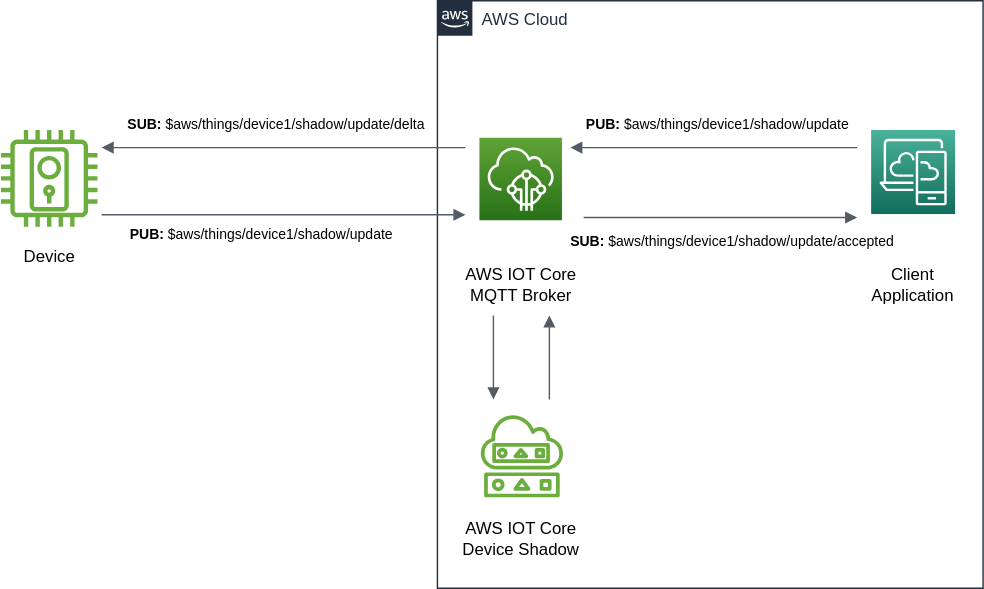
Above: src/hugo/content/en-us/implementations/aws/command/command2/architecture1.svg in aws/iot-atlas (draw.io), before the change. Source tidied: cells renumbered, new cells last; positions are measured from the earlier drawing's top-left corner, leaving out a move shared by most shapes. The source it was exported from:
```xml
<mxGraphModel>
  <root>
    <mxCell id="0" />
    <mxCell id="1" parent="0" />
    <mxCell id="2" value="AWS Cloud" style="gradientColor=none;html=1;whiteSpace=wrap;fontSize=12;fontStyle=0;shape=mxgraph.aws4.group;grIcon=mxgraph.aws4.group_aws_cloud_alt;strokeColor=#232F3E;fillColor=none;verticalAlign=top;align=left;spacingLeft=30;fontColor=#232F3E;dashed=0;" parent="1" vertex="1">
      <mxGeometry x="312" width="390" height="420" as="geometry" />
    </mxCell>
    <mxCell id="3" style="sketch=0;fontColor=#232F3E;gradientColor=none;fillColor=#6CAE3E;strokeColor=none;dashed=0;verticalLabelPosition=bottom;verticalAlign=top;align=center;html=1;fontSize=12;fontStyle=0;shape=mxgraph.aws4.door_lock;" parent="1" vertex="1">
      <mxGeometry y="92.5" width="69" height="69" as="geometry" />
    </mxCell>
    <mxCell id="4" style="sketch=0;fontColor=#232F3E;gradientColor=#60A337;gradientDirection=north;fillColor=#277116;strokeColor=#ffffff;dashed=0;verticalLabelPosition=bottom;verticalAlign=top;align=center;html=1;fontSize=12;fontStyle=0;shape=mxgraph.aws4.resourceIcon;resIcon=mxgraph.aws4.iot_core;" parent="1" vertex="1">
      <mxGeometry x="342" y="98" width="59" height="59" as="geometry" />
    </mxCell>
    <mxCell id="5" style="sketch=0;fontColor=#232F3E;gradientColor=none;fillColor=#6CAE3E;strokeColor=none;dashed=0;verticalLabelPosition=bottom;verticalAlign=top;align=center;html=1;fontSize=12;fontStyle=0;shape=mxgraph.aws4.shadow;" parent="1" vertex="1">
      <mxGeometry x="342" y="295" width="60.8" height="60" as="geometry" />
    </mxCell>
    <mxCell id="6" style="sketch=0;fontColor=#232F3E;gradientColor=#4AB29A;gradientDirection=north;fillColor=#116D5B;strokeColor=#ffffff;dashed=0;verticalLabelPosition=bottom;verticalAlign=top;align=center;html=1;fontSize=12;fontStyle=0;shape=mxgraph.aws4.resourceIcon;resIcon=mxgraph.aws4.desktop_and_app_streaming;" parent="1" vertex="1">
      <mxGeometry x="622" y="92.5" width="60" height="60" as="geometry" />
    </mxCell>
    <mxCell id="7" style="edgeStyle=orthogonalEdgeStyle;html=1;endArrow=none;elbow=vertical;startArrow=block;startFill=1;strokeColor=#545B64;rounded=0;" parent="1" edge="1">
      <mxGeometry relative="1" as="geometry">
        <mxPoint x="407" y="105" as="sourcePoint" />
        <mxPoint x="612" y="105" as="targetPoint" />
      </mxGeometry>
    </mxCell>
    <mxCell id="8" style="edgeStyle=orthogonalEdgeStyle;html=1;endArrow=none;elbow=vertical;startArrow=block;startFill=1;strokeColor=#545B64;rounded=0;" parent="1" edge="1">
      <mxGeometry relative="1" as="geometry">
        <mxPoint x="352" y="285" as="sourcePoint" />
        <mxPoint x="352" y="225" as="targetPoint" />
        <Array as="points">
          <mxPoint x="352" y="245" />
          <mxPoint x="352" y="245" />
        </Array>
      </mxGeometry>
    </mxCell>
    <mxCell id="9" style="edgeStyle=orthogonalEdgeStyle;html=1;endArrow=none;elbow=vertical;startArrow=block;startFill=1;strokeColor=#545B64;rounded=0;" parent="1" edge="1">
      <mxGeometry relative="1" as="geometry">
        <mxPoint x="72" y="105" as="sourcePoint" />
        <mxPoint x="332" y="105" as="targetPoint" />
      </mxGeometry>
    </mxCell>
    <mxCell id="10" style="edgeStyle=orthogonalEdgeStyle;html=1;endArrow=block;elbow=vertical;startArrow=none;endFill=1;strokeColor=#545B64;rounded=0;" parent="1" edge="1">
      <mxGeometry relative="1" as="geometry">
        <mxPoint x="72" y="153" as="sourcePoint" />
        <mxPoint x="332" y="153" as="targetPoint" />
        <Array as="points">
          <mxPoint x="172" y="153" />
          <mxPoint x="172" y="153" />
        </Array>
      </mxGeometry>
    </mxCell>
    <mxCell id="11" style="edgeStyle=orthogonalEdgeStyle;html=1;endArrow=block;elbow=vertical;startArrow=none;endFill=1;strokeColor=#545B64;rounded=0;" parent="1" edge="1">
      <mxGeometry relative="1" as="geometry">
        <mxPoint x="392" y="285" as="sourcePoint" />
        <mxPoint x="392" y="225" as="targetPoint" />
      </mxGeometry>
    </mxCell>
    <mxCell id="12" style="edgeStyle=orthogonalEdgeStyle;html=1;endArrow=block;elbow=vertical;startArrow=none;endFill=1;strokeColor=#545B64;rounded=0;" parent="1" edge="1">
      <mxGeometry relative="1" as="geometry">
        <mxPoint x="416.5" y="155" as="sourcePoint" />
        <mxPoint x="612" y="155" as="targetPoint" />
      </mxGeometry>
    </mxCell>
    <mxCell id="13" value="&lt;b style=&quot;font-size: 10px;&quot;&gt;PUB:&lt;/b&gt; $aws/things/device1/shadow/update" style="text;html=1;strokeColor=none;fillColor=none;align=center;verticalAlign=middle;whiteSpace=wrap;rounded=0;fontSize=10;" parent="1" vertex="1">
      <mxGeometry x="416.5" y="78" width="191" height="20" as="geometry" />
    </mxCell>
    <mxCell id="14" value="&lt;b style=&quot;font-size: 10px;&quot;&gt;SUB:&lt;/b&gt;&amp;nbsp;$aws/things/device1/shadow/update/delta" style="text;html=1;strokeColor=none;fillColor=none;align=center;verticalAlign=middle;whiteSpace=wrap;rounded=0;fontSize=10;" parent="1" vertex="1">
      <mxGeometry x="112" y="78" width="170" height="20" as="geometry" />
    </mxCell>
    <mxCell id="15" value="AWS IOT Core MQTT Broker&lt;br&gt;" style="text;html=1;strokeColor=none;fillColor=none;align=center;verticalAlign=middle;whiteSpace=wrap;rounded=0;" parent="1" vertex="1">
      <mxGeometry x="326.5" y="192.5" width="90" height="20" as="geometry" />
    </mxCell>
    <mxCell id="16" value="AWS IOT Core Device Shadow" style="text;html=1;strokeColor=none;fillColor=none;align=center;verticalAlign=middle;whiteSpace=wrap;rounded=0;fontSize=12;" parent="1" vertex="1">
      <mxGeometry x="326.5" y="375" width="90" height="20" as="geometry" />
    </mxCell>
    <mxCell id="17" value="Client Application" style="text;html=1;strokeColor=none;fillColor=none;align=center;verticalAlign=middle;whiteSpace=wrap;rounded=0;fontSize=12;" parent="1" vertex="1">
      <mxGeometry x="622" y="192.5" width="60" height="20" as="geometry" />
    </mxCell>
    <mxCell id="18" value="Device" style="text;html=1;strokeColor=none;fillColor=none;align=center;verticalAlign=middle;whiteSpace=wrap;rounded=0;fontSize=12;" parent="1" vertex="1">
      <mxGeometry x="14.5" y="172.5" width="40" height="20" as="geometry" />
    </mxCell>
    <mxCell id="19" value="&lt;b style=&quot;font-size: 10px;&quot;&gt;PUB:&lt;/b&gt; $aws/things/device1/shadow/update" style="text;html=1;strokeColor=none;fillColor=none;align=center;verticalAlign=middle;whiteSpace=wrap;rounded=0;fontSize=10;" parent="1" vertex="1">
      <mxGeometry x="91" y="157" width="191" height="20" as="geometry" />
    </mxCell>
    <mxCell id="20" value="&lt;b style=&quot;font-size: 10px;&quot;&gt;SUB:&lt;/b&gt;&amp;nbsp;$aws/things/device1/shadow/update/accepted" style="text;html=1;strokeColor=none;fillColor=none;align=center;verticalAlign=middle;whiteSpace=wrap;rounded=0;fontSize=10;" parent="1" vertex="1">
      <mxGeometry x="437.5" y="161.5" width="170" height="20" as="geometry" />
    </mxCell>
  </root>
</mxGraphModel>
```
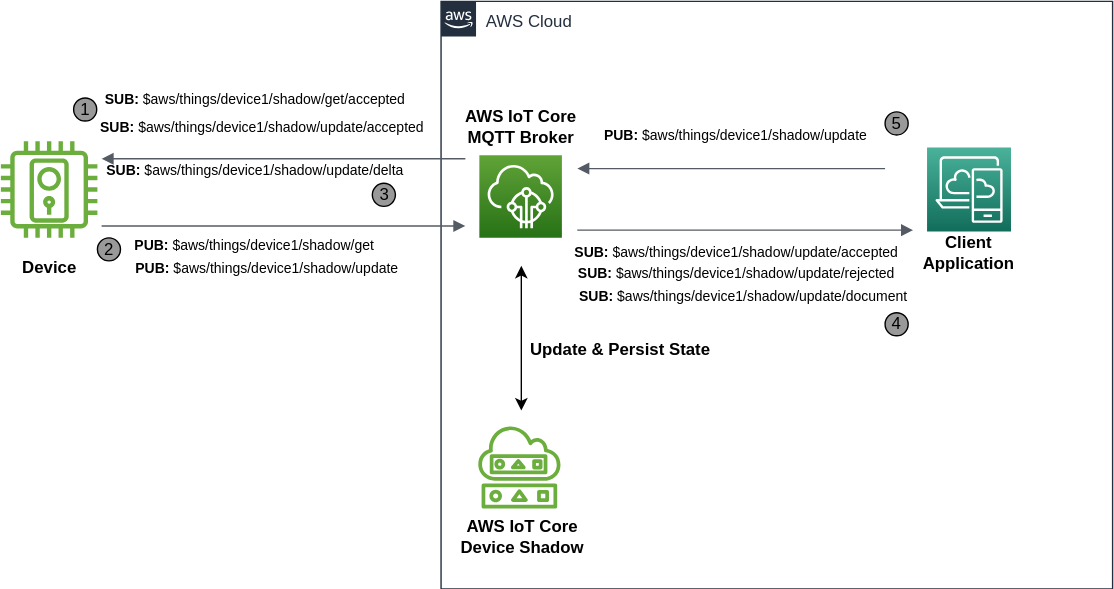
Later version of the same file.

Diff of the diagram source:
```diff
@@ -3,36 +3,26 @@
     <mxCell id="0" />
     <mxCell id="1" parent="0" />
     <mxCell id="2" value="AWS Cloud" style="gradientColor=none;html=1;whiteSpace=wrap;fontSize=12;fontStyle=0;shape=mxgraph.aws4.group;grIcon=mxgraph.aws4.group_aws_cloud_alt;strokeColor=#232F3E;fillColor=none;verticalAlign=top;align=left;spacingLeft=30;fontColor=#232F3E;dashed=0;" parent="1" vertex="1">
-      <mxGeometry x="312" width="390" height="420" as="geometry" />
+      <mxGeometry x="314.6" y="-7.5" width="480" height="420" as="geometry" />
     </mxCell>
     <mxCell id="3" style="sketch=0;fontColor=#232F3E;gradientColor=none;fillColor=#6CAE3E;strokeColor=none;dashed=0;verticalLabelPosition=bottom;verticalAlign=top;align=center;html=1;fontSize=12;fontStyle=0;shape=mxgraph.aws4.door_lock;" parent="1" vertex="1">
       <mxGeometry y="92.5" width="69" height="69" as="geometry" />
     </mxCell>
     <mxCell id="4" style="sketch=0;fontColor=#232F3E;gradientColor=#60A337;gradientDirection=north;fillColor=#277116;strokeColor=#ffffff;dashed=0;verticalLabelPosition=bottom;verticalAlign=top;align=center;html=1;fontSize=12;fontStyle=0;shape=mxgraph.aws4.resourceIcon;resIcon=mxgraph.aws4.iot_core;" parent="1" vertex="1">
-      <mxGeometry x="342" y="98" width="59" height="59" as="geometry" />
+      <mxGeometry x="342" y="102.5" width="59" height="59" as="geometry" />
     </mxCell>
     <mxCell id="5" style="sketch=0;fontColor=#232F3E;gradientColor=none;fillColor=#6CAE3E;strokeColor=none;dashed=0;verticalLabelPosition=bottom;verticalAlign=top;align=center;html=1;fontSize=12;fontStyle=0;shape=mxgraph.aws4.shadow;" parent="1" vertex="1">
-      <mxGeometry x="342" y="295" width="60.8" height="60" as="geometry" />
+      <mxGeometry x="340.2" y="295" width="60.8" height="60" as="geometry" />
     </mxCell>
     <mxCell id="6" style="sketch=0;fontColor=#232F3E;gradientColor=#4AB29A;gradientDirection=north;fillColor=#116D5B;strokeColor=#ffffff;dashed=0;verticalLabelPosition=bottom;verticalAlign=top;align=center;html=1;fontSize=12;fontStyle=0;shape=mxgraph.aws4.resourceIcon;resIcon=mxgraph.aws4.desktop_and_app_streaming;" parent="1" vertex="1">
-      <mxGeometry x="622" y="92.5" width="60" height="60" as="geometry" />
+      <mxGeometry x="662" y="97" width="60" height="60" as="geometry" />
     </mxCell>
     <mxCell id="7" style="edgeStyle=orthogonalEdgeStyle;html=1;endArrow=none;elbow=vertical;startArrow=block;startFill=1;strokeColor=#545B64;rounded=0;" parent="1" edge="1">
       <mxGeometry relative="1" as="geometry">
-        <mxPoint x="407" y="105" as="sourcePoint" />
-        <mxPoint x="612" y="105" as="targetPoint" />
+        <mxPoint x="412" y="112" as="sourcePoint" />
+        <mxPoint x="632" y="112" as="targetPoint" />
       </mxGeometry>
     </mxCell>
-    <mxCell id="8" style="edgeStyle=orthogonalEdgeStyle;html=1;endArrow=none;elbow=vertical;startArrow=block;startFill=1;strokeColor=#545B64;rounded=0;" parent="1" edge="1">
-      <mxGeometry relative="1" as="geometry">
-        <mxPoint x="352" y="285" as="sourcePoint" />
-        <mxPoint x="352" y="225" as="targetPoint" />
-        <Array as="points">
-          <mxPoint x="352" y="245" />
-          <mxPoint x="352" y="245" />
-        </Array>
-      </mxGeometry>
-    </mxCell>
     <mxCell id="9" style="edgeStyle=orthogonalEdgeStyle;html=1;endArrow=none;elbow=vertical;startArrow=block;startFill=1;strokeColor=#545B64;rounded=0;" parent="1" edge="1">
       <mxGeometry relative="1" as="geometry">
         <mxPoint x="72" y="105" as="sourcePoint" />
@@ -49,41 +39,74 @@
         </Array>
       </mxGeometry>
     </mxCell>
-    <mxCell id="11" style="edgeStyle=orthogonalEdgeStyle;html=1;endArrow=block;elbow=vertical;startArrow=none;endFill=1;strokeColor=#545B64;rounded=0;" parent="1" edge="1">
-      <mxGeometry relative="1" as="geometry">
-        <mxPoint x="392" y="285" as="sourcePoint" />
-        <mxPoint x="392" y="225" as="targetPoint" />
-      </mxGeometry>
-    </mxCell>
     <mxCell id="12" style="edgeStyle=orthogonalEdgeStyle;html=1;endArrow=block;elbow=vertical;startArrow=none;endFill=1;strokeColor=#545B64;rounded=0;" parent="1" edge="1">
       <mxGeometry relative="1" as="geometry">
-        <mxPoint x="416.5" y="155" as="sourcePoint" />
-        <mxPoint x="612" y="155" as="targetPoint" />
+        <mxPoint x="412" y="156" as="sourcePoint" />
+        <mxPoint x="652" y="156" as="targetPoint" />
       </mxGeometry>
     </mxCell>
     <mxCell id="13" value="&lt;b style=&quot;font-size: 10px;&quot;&gt;PUB:&lt;/b&gt; $aws/things/device1/shadow/update" style="text;html=1;strokeColor=none;fillColor=none;align=center;verticalAlign=middle;whiteSpace=wrap;rounded=0;fontSize=10;" parent="1" vertex="1">
-      <mxGeometry x="416.5" y="78" width="191" height="20" as="geometry" />
+      <mxGeometry x="430.1" y="78" width="191" height="20" as="geometry" />
     </mxCell>
-    <mxCell id="14" value="&lt;b style=&quot;font-size: 10px;&quot;&gt;SUB:&lt;/b&gt;&amp;nbsp;$aws/things/device1/shadow/update/delta" style="text;html=1;strokeColor=none;fillColor=none;align=center;verticalAlign=middle;whiteSpace=wrap;rounded=0;fontSize=10;" parent="1" vertex="1">
-      <mxGeometry x="112" y="78" width="170" height="20" as="geometry" />
-    </mxCell>
-    <mxCell id="15" value="AWS IOT Core MQTT Broker&lt;br&gt;" style="text;html=1;strokeColor=none;fillColor=none;align=center;verticalAlign=middle;whiteSpace=wrap;rounded=0;" parent="1" vertex="1">
-      <mxGeometry x="326.5" y="192.5" width="90" height="20" as="geometry" />
+    <mxCell id="15" value="AWS IoT Core MQTT Broker" style="text;html=1;strokeColor=none;fillColor=none;align=center;verticalAlign=middle;whiteSpace=wrap;rounded=0;fontStyle=1;" parent="1" vertex="1">
+      <mxGeometry x="326.5" y="71.5" width="90" height="20" as="geometry" />
     </mxCell>
-    <mxCell id="16" value="AWS IOT Core Device Shadow" style="text;html=1;strokeColor=none;fillColor=none;align=center;verticalAlign=middle;whiteSpace=wrap;rounded=0;fontSize=12;" parent="1" vertex="1">
-      <mxGeometry x="326.5" y="375" width="90" height="20" as="geometry" />
+    <mxCell id="16" value="AWS IoT Core Device Shadow" style="text;html=1;strokeColor=none;fillColor=none;align=center;verticalAlign=middle;whiteSpace=wrap;rounded=0;fontSize=12;fontStyle=1;" parent="1" vertex="1">
+      <mxGeometry x="314.6" y="365" width="115.5" height="20" as="geometry" />
     </mxCell>
-    <mxCell id="17" value="Client Application" style="text;html=1;strokeColor=none;fillColor=none;align=center;verticalAlign=middle;whiteSpace=wrap;rounded=0;fontSize=12;" parent="1" vertex="1">
-      <mxGeometry x="622" y="192.5" width="60" height="20" as="geometry" />
+    <mxCell id="17" value="Client Application" style="text;html=1;strokeColor=none;fillColor=none;align=center;verticalAlign=middle;whiteSpace=wrap;rounded=0;fontSize=12;fontStyle=1;" parent="1" vertex="1">
+      <mxGeometry x="662" y="161.5" width="60" height="20" as="geometry" />
     </mxCell>
-    <mxCell id="18" value="Device" style="text;html=1;strokeColor=none;fillColor=none;align=center;verticalAlign=middle;whiteSpace=wrap;rounded=0;fontSize=12;" parent="1" vertex="1">
+    <mxCell id="18" value="Device" style="text;html=1;strokeColor=none;fillColor=none;align=center;verticalAlign=middle;whiteSpace=wrap;rounded=0;fontSize=12;fontStyle=1;" parent="1" vertex="1">
       <mxGeometry x="14.5" y="172.5" width="40" height="20" as="geometry" />
     </mxCell>
     <mxCell id="19" value="&lt;b style=&quot;font-size: 10px;&quot;&gt;PUB:&lt;/b&gt; $aws/things/device1/shadow/update" style="text;html=1;strokeColor=none;fillColor=none;align=center;verticalAlign=middle;whiteSpace=wrap;rounded=0;fontSize=10;" parent="1" vertex="1">
-      <mxGeometry x="91" y="157" width="191" height="20" as="geometry" />
+      <mxGeometry x="95" y="172.5" width="191" height="20" as="geometry" />
     </mxCell>
     <mxCell id="20" value="&lt;b style=&quot;font-size: 10px;&quot;&gt;SUB:&lt;/b&gt;&amp;nbsp;$aws/things/device1/shadow/update/accepted" style="text;html=1;strokeColor=none;fillColor=none;align=center;verticalAlign=middle;whiteSpace=wrap;rounded=0;fontSize=10;" parent="1" vertex="1">
-      <mxGeometry x="437.5" y="161.5" width="170" height="20" as="geometry" />
+      <mxGeometry x="440.6" y="161.5" width="170" height="20" as="geometry" />
     </mxCell>
+    <mxCell id="14" value="&lt;b style=&quot;font-size: 10px;&quot;&gt;SUB:&lt;/b&gt;&amp;nbsp;$aws/things/device1/shadow/update/delta" style="text;html=1;strokeColor=none;fillColor=none;align=center;verticalAlign=middle;whiteSpace=wrap;rounded=0;fontSize=10;" parent="1" vertex="1">
+      <mxGeometry x="82" y="102.5" width="200" height="20" as="geometry" />
+    </mxCell>
+    <mxCell id="21" value="&lt;b style=&quot;font-size: 10px&quot;&gt;PUB:&lt;/b&gt; $aws/things/device1/shadow/get" style="text;html=1;strokeColor=none;fillColor=none;align=center;verticalAlign=middle;whiteSpace=wrap;rounded=0;fontSize=10;" parent="1" vertex="1">
+      <mxGeometry x="85.5" y="157" width="191" height="20" as="geometry" />
+    </mxCell>
+    <mxCell id="22" value="&lt;b style=&quot;font-size: 10px&quot;&gt;SUB:&lt;/b&gt;&amp;nbsp;$aws/things/device1/shadow/update/rejected" style="text;html=1;strokeColor=none;fillColor=none;align=center;verticalAlign=middle;whiteSpace=wrap;rounded=0;fontSize=10;" parent="1" vertex="1">
+      <mxGeometry x="440.6" y="177" width="170" height="20" as="geometry" />
+    </mxCell>
+    <mxCell id="23" value="2" style="ellipse;whiteSpace=wrap;html=1;strokeColor=#000000;fillColor=#999999;" parent="1" vertex="1">
+      <mxGeometry x="69" y="161.5" width="16.5" height="16.5" as="geometry" />
+    </mxCell>
+    <mxCell id="24" value="3" style="ellipse;whiteSpace=wrap;html=1;strokeColor=#000000;fillColor=#999999;" parent="1" vertex="1">
+      <mxGeometry x="265.5" y="122.5" width="16.5" height="16.5" as="geometry" />
+    </mxCell>
+    <mxCell id="25" value="4" style="ellipse;whiteSpace=wrap;html=1;strokeColor=#000000;fillColor=#999999;" parent="1" vertex="1">
+      <mxGeometry x="632" y="215" width="16.5" height="16.5" as="geometry" />
+    </mxCell>
+    <mxCell id="26" value="5" style="ellipse;whiteSpace=wrap;html=1;strokeColor=#000000;fillColor=#999999;" parent="1" vertex="1">
+      <mxGeometry x="632" y="71.5" width="16.5" height="16.5" as="geometry" />
+    </mxCell>
+    <mxCell id="27" style="endArrow=classic;startArrow=classic;html=1;" parent="1" edge="1">
+      <mxGeometry relative="1" as="geometry">
+        <mxPoint x="372" y="285" as="sourcePoint" />
+        <mxPoint x="372" y="181.5" as="targetPoint" />
+      </mxGeometry>
+    </mxCell>
+    <mxCell id="28" value="Update &amp;amp; Persist State" style="text;html=1;strokeColor=none;fillColor=none;align=center;verticalAlign=middle;whiteSpace=wrap;rounded=0;fontStyle=1;" parent="1" vertex="1">
+      <mxGeometry x="372" y="231.5" width="142" height="20" as="geometry" />
+    </mxCell>
+    <mxCell id="29" value="&lt;b style=&quot;font-size: 10px&quot;&gt;SUB:&lt;/b&gt;&amp;nbsp;$aws/things/device1/shadow/update/document" style="text;html=1;strokeColor=none;fillColor=none;align=center;verticalAlign=middle;whiteSpace=wrap;rounded=0;fontSize=10;" parent="1" vertex="1">
+      <mxGeometry x="445.5" y="192.5" width="170" height="20" as="geometry" />
+    </mxCell>
+    <mxCell id="30" value="&lt;b style=&quot;font-size: 10px&quot;&gt;SUB:&lt;/b&gt;&amp;nbsp;$aws/things/device1/shadow/get/accepted" style="text;html=1;strokeColor=none;fillColor=none;align=center;verticalAlign=middle;whiteSpace=wrap;rounded=0;fontSize=10;" parent="1" vertex="1">
+      <mxGeometry x="72" y="51.5" width="220" height="20" as="geometry" />
+    </mxCell>
+    <mxCell id="31" value="&lt;b style=&quot;font-size: 10px&quot;&gt;SUB:&lt;/b&gt;&amp;nbsp;$aws/things/device1/shadow/update/accepted" style="text;html=1;strokeColor=none;fillColor=none;align=center;verticalAlign=middle;whiteSpace=wrap;rounded=0;fontSize=10;" parent="1" vertex="1">
+      <mxGeometry x="92" y="71.5" width="190" height="20" as="geometry" />
+    </mxCell>
+    <mxCell id="32" value="1" style="ellipse;whiteSpace=wrap;html=1;strokeColor=#000000;fillColor=#999999;" parent="1" vertex="1">
+      <mxGeometry x="52" y="61.5" width="16.5" height="16.5" as="geometry" />
+    </mxCell>
   </root>
 </mxGraphModel>
```
